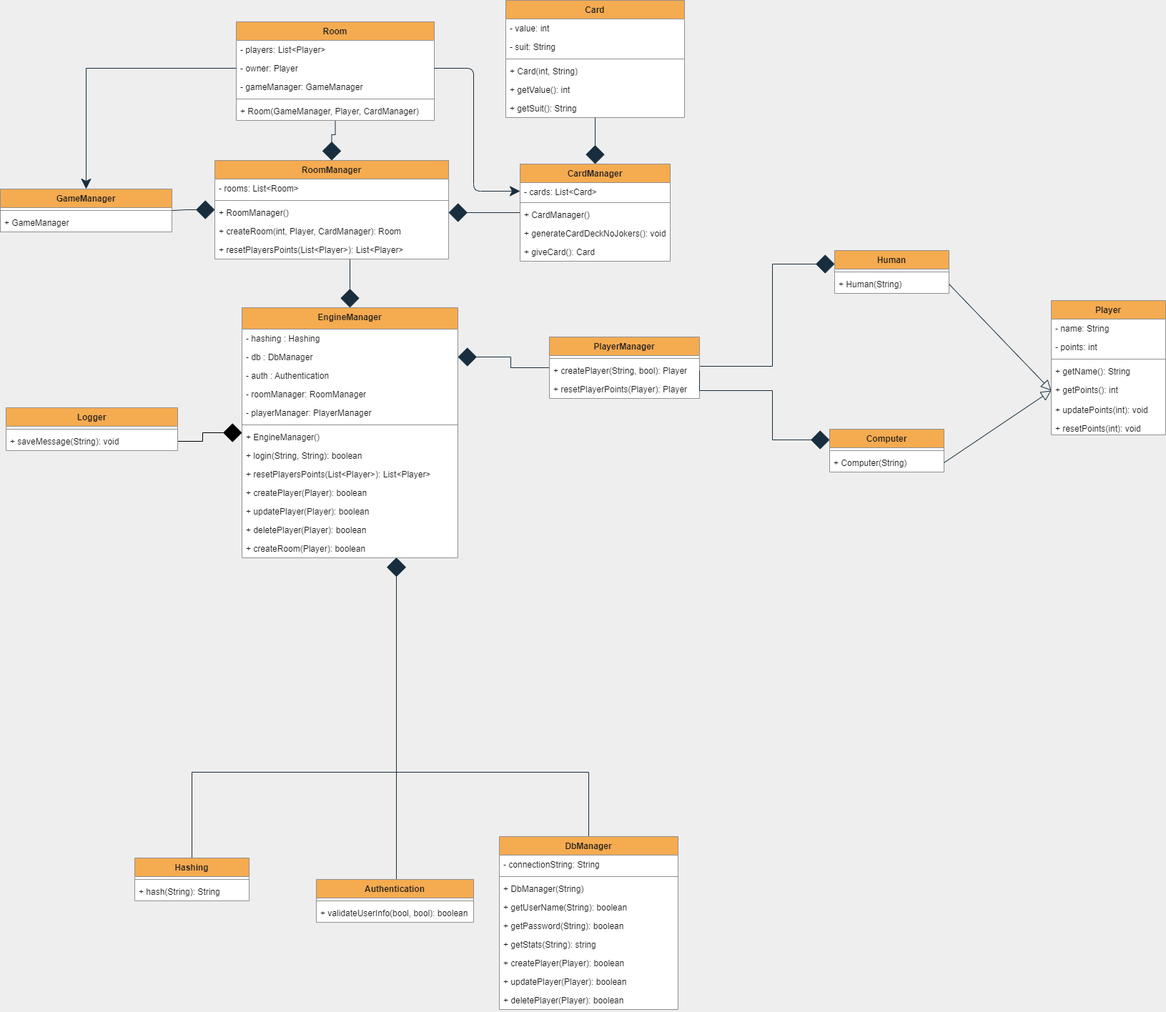
The draw.io diagram Diagrammer/Klasse Diagram.drawio.png in Olivervesth/KortKlubben, before a commit. Source tidied: cells renumbered, new cells last; positions are measured from the earlier drawing's top-left corner, leaving out a move shared by most shapes.
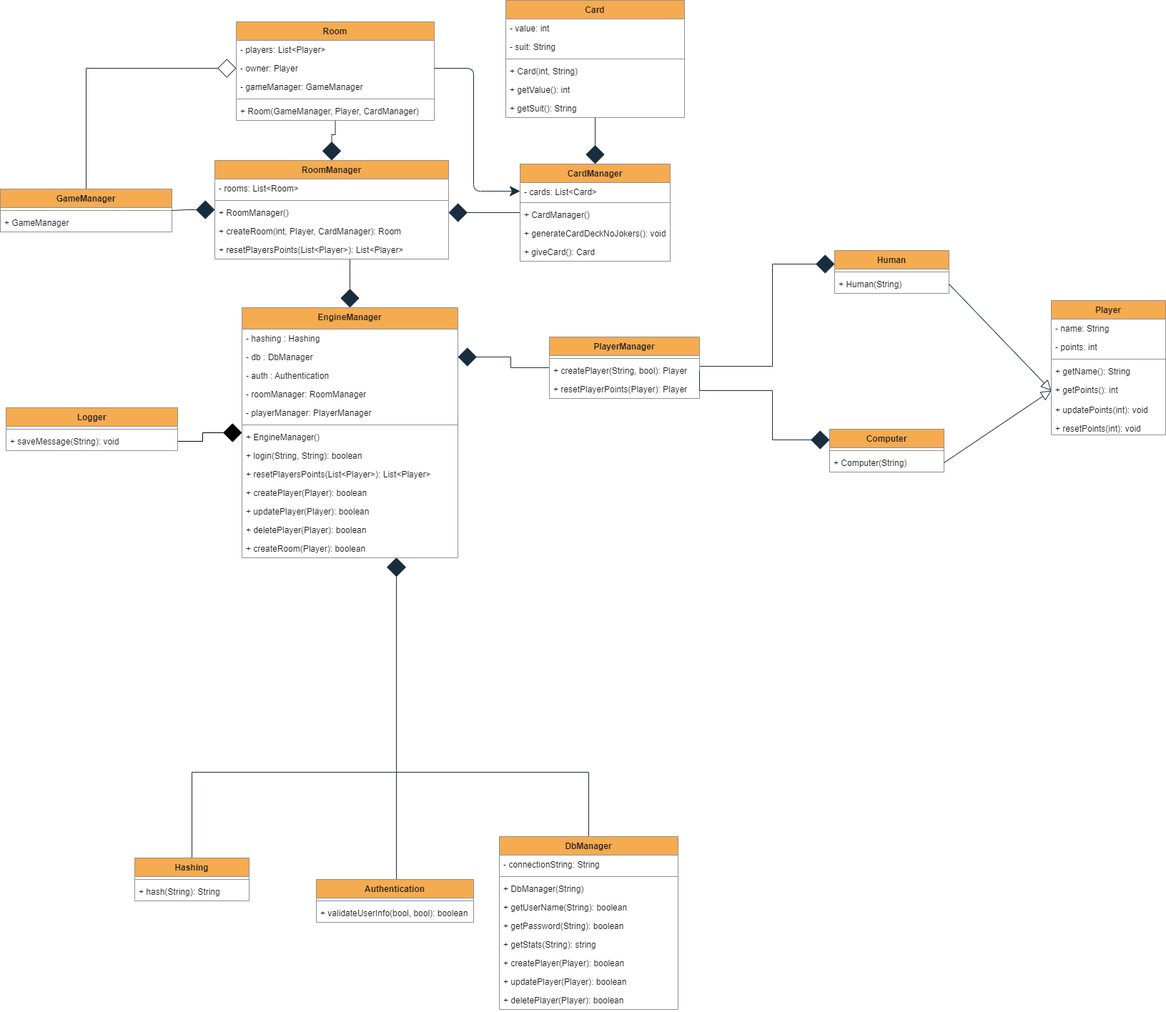
Above is the later version.

Change to the diagram source:
```diff
@@ -1,4 +1,4 @@
-<mxGraphModel background="#EEEEEE">
+<mxGraphModel background="#FFFFFF">
   <root>
     <mxCell id="0" />
     <mxCell id="1" parent="0" />
@@ -270,7 +270,7 @@
         </Array>
       </mxGeometry>
     </mxCell>
-    <mxCell id="81" style="edgeStyle=orthogonalEdgeStyle;rounded=0;jettySize=auto;html=1;exitX=0.5;exitY=0;exitDx=0;exitDy=0;entryX=0;entryY=0.5;entryDx=0;entryDy=0;startArrow=classic;startFill=1;endArrow=none;endFill=0;startSize=12;endSize=12;labelBackgroundColor=#EEEEEE;strokeColor=#182E3E;fontColor=#1A1A1A;" parent="1" edge="1" source="82" target="5">
+    <mxCell id="81" style="edgeStyle=orthogonalEdgeStyle;rounded=0;jettySize=auto;html=1;exitX=0.5;exitY=0;exitDx=0;exitDy=0;entryX=0;entryY=0.5;entryDx=0;entryDy=0;startArrow=none;startFill=0;endArrow=diamond;endFill=0;startSize=12;endSize=24;labelBackgroundColor=#EEEEEE;strokeColor=#182E3E;fontColor=#1A1A1A;" parent="1" edge="1" source="82" target="5">
       <mxGeometry relative="1" as="geometry" />
     </mxCell>
     <mxCell id="82" value="GameManager" style="swimlane;fontStyle=1;align=center;verticalAlign=top;horizontal=1;startSize=26;fillColor=#F5AB50;strokeColor=#909090;fontColor=#1A1A1A;rounded=0;swimlaneFillColor=default;" parent="1" vertex="1">
```
